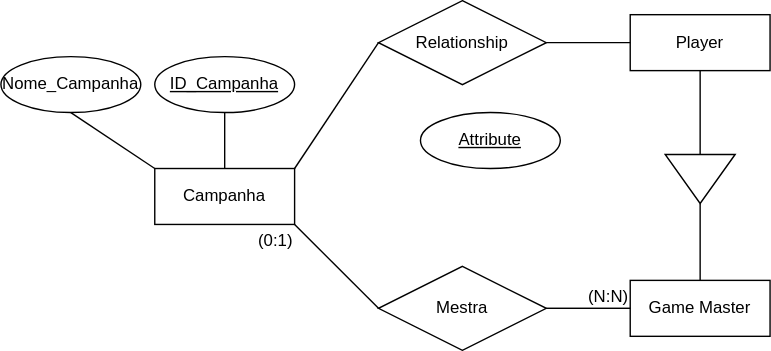
This is Diagrama sem nome.drawio.svg from VitorFonseca123/DnD-RPG, a draw.io export, as it was before one commit. Source tidied: cells renumbered, new cells last; positions are measured from the earlier drawing's top-left corner, leaving out a move shared by most shapes. Its diagram source:
```xml
<mxGraphModel>
  <root>
    <mxCell id="0" />
    <mxCell id="1" parent="0" />
    <mxCell id="2" value="Player" style="whiteSpace=wrap;html=1;align=center;" parent="1" vertex="1">
      <mxGeometry x="450" y="10" width="100" height="40" as="geometry" />
    </mxCell>
    <mxCell id="3" value="Game Master" style="whiteSpace=wrap;html=1;align=center;" parent="1" vertex="1">
      <mxGeometry x="450" y="200" width="100" height="40" as="geometry" />
    </mxCell>
    <mxCell id="4" style="verticalLabelPosition=bottom;verticalAlign=top;html=1;shape=mxgraph.basic.acute_triangle;dx=0.5;rotation=-180;" parent="1" vertex="1">
      <mxGeometry x="475" y="110" width="50" height="35" as="geometry" />
    </mxCell>
    <mxCell id="5" style="endArrow=none;html=1;rounded=0;exitX=0.5;exitY=1;exitDx=0;exitDy=0;entryX=0.5;entryY=1;entryDx=0;entryDy=0;entryPerimeter=0;" parent="1" edge="1" source="2" target="4">
      <mxGeometry relative="1" as="geometry" />
    </mxCell>
    <mxCell id="6" value="Campanha" style="whiteSpace=wrap;html=1;align=center;" parent="1" vertex="1">
      <mxGeometry x="110" y="120" width="100" height="40" as="geometry" />
    </mxCell>
    <mxCell id="7" style="endArrow=none;html=1;rounded=0;exitX=0;exitY=0;exitDx=25;exitDy=0;exitPerimeter=0;entryX=0.5;entryY=0;entryDx=0;entryDy=0;" parent="1" edge="1" source="4" target="3">
      <mxGeometry relative="1" as="geometry" />
    </mxCell>
    <mxCell id="8" value="Mestra" style="shape=rhombus;perimeter=rhombusPerimeter;whiteSpace=wrap;html=1;align=center;" parent="1" vertex="1">
      <mxGeometry x="270" y="190" width="120" height="60" as="geometry" />
    </mxCell>
    <mxCell id="9" style="endArrow=none;html=1;rounded=0;exitX=1;exitY=0.5;exitDx=0;exitDy=0;entryX=0;entryY=0.5;entryDx=0;entryDy=0;" parent="1" edge="1" source="8" target="3">
      <mxGeometry relative="1" as="geometry" />
    </mxCell>
    <mxCell id="10" style="endArrow=none;html=1;rounded=0;entryX=1;entryY=1;entryDx=0;entryDy=0;exitX=0;exitY=0.5;exitDx=0;exitDy=0;" parent="1" edge="1" source="8" target="6">
      <mxGeometry relative="1" as="geometry" />
    </mxCell>
    <mxCell id="11" style="endArrow=none;html=1;rounded=0;exitX=1;exitY=0.5;exitDx=0;exitDy=0;entryX=0;entryY=0.5;entryDx=0;entryDy=0;" parent="1" edge="1" source="8" target="3">
      <mxGeometry relative="1" as="geometry" />
    </mxCell>
    <mxCell id="12" value="(N:N)" style="html=1;whiteSpace=wrap;align=right;verticalAlign=bottom;" parent="11" vertex="1">
      <mxGeometry x="1" relative="1" as="geometry" />
    </mxCell>
    <mxCell id="13" value="(0:1)" style="html=1;whiteSpace=wrap;align=right;verticalAlign=bottom;" parent="1" vertex="1">
      <mxGeometry x="210" y="180" as="geometry" />
    </mxCell>
    <mxCell id="14" value="Relationship" style="shape=rhombus;perimeter=rhombusPerimeter;whiteSpace=wrap;html=1;align=center;" parent="1" vertex="1">
      <mxGeometry x="270" width="120" height="60" as="geometry" />
    </mxCell>
    <mxCell id="15" style="endArrow=none;html=1;rounded=0;exitX=1;exitY=0.5;exitDx=0;exitDy=0;" parent="1" edge="1" source="14" target="2">
      <mxGeometry relative="1" as="geometry" />
    </mxCell>
    <mxCell id="16" style="endArrow=none;html=1;rounded=0;exitX=0;exitY=0.5;exitDx=0;exitDy=0;entryX=1;entryY=0;entryDx=0;entryDy=0;" parent="1" edge="1" source="14" target="6">
      <mxGeometry relative="1" as="geometry" />
    </mxCell>
    <mxCell id="17" value="Nome_Campanha" style="ellipse;whiteSpace=wrap;html=1;align=center;" parent="1" vertex="1">
      <mxGeometry y="40" width="100" height="40" as="geometry" />
    </mxCell>
    <mxCell id="18" value="Attribute" style="ellipse;whiteSpace=wrap;html=1;align=center;fontStyle=4;" parent="1" vertex="1">
      <mxGeometry x="300" y="80" width="100" height="40" as="geometry" />
    </mxCell>
    <mxCell id="19" value="ID_Campanha" style="ellipse;whiteSpace=wrap;html=1;align=center;fontStyle=4;" parent="1" vertex="1">
      <mxGeometry x="110" y="40" width="100" height="40" as="geometry" />
    </mxCell>
    <mxCell id="20" style="endArrow=none;html=1;rounded=0;exitX=0.5;exitY=1;exitDx=0;exitDy=0;entryX=0.5;entryY=0;entryDx=0;entryDy=0;" parent="1" edge="1" source="19" target="6">
      <mxGeometry relative="1" as="geometry" />
    </mxCell>
    <mxCell id="21" style="endArrow=none;html=1;rounded=0;exitX=0.5;exitY=1;exitDx=0;exitDy=0;entryX=0;entryY=0;entryDx=0;entryDy=0;" parent="1" edge="1" source="17" target="6">
      <mxGeometry relative="1" as="geometry" />
    </mxCell>
  </root>
</mxGraphModel>
```
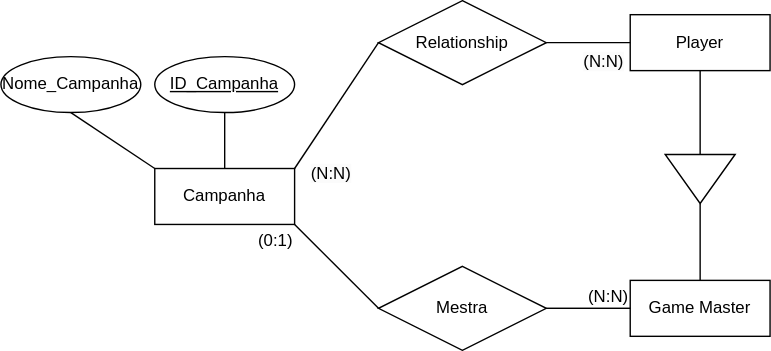
The same file after the commit.

What changed in the source:
```diff
@@ -50,9 +50,6 @@
     <mxCell id="17" value="Nome_Campanha" style="ellipse;whiteSpace=wrap;html=1;align=center;" parent="1" vertex="1">
       <mxGeometry y="40" width="100" height="40" as="geometry" />
     </mxCell>
-    <mxCell id="18" value="Attribute" style="ellipse;whiteSpace=wrap;html=1;align=center;fontStyle=4;" parent="1" vertex="1">
-      <mxGeometry x="300" y="80" width="100" height="40" as="geometry" />
-    </mxCell>
     <mxCell id="19" value="ID_Campanha" style="ellipse;whiteSpace=wrap;html=1;align=center;fontStyle=4;" parent="1" vertex="1">
       <mxGeometry x="110" y="40" width="100" height="40" as="geometry" />
     </mxCell>
@@ -62,5 +59,11 @@
     <mxCell id="21" style="endArrow=none;html=1;rounded=0;exitX=0.5;exitY=1;exitDx=0;exitDy=0;entryX=0;entryY=0;entryDx=0;entryDy=0;" parent="1" edge="1" source="17" target="6">
       <mxGeometry relative="1" as="geometry" />
     </mxCell>
+    <mxCell id="22" value="&lt;span style=&quot;color: rgb(0, 0, 0); font-family: Helvetica; font-size: 12px; font-style: normal; font-variant-ligatures: normal; font-variant-caps: normal; font-weight: 400; letter-spacing: normal; orphans: 2; text-align: right; text-indent: 0px; text-transform: none; widows: 2; word-spacing: 0px; -webkit-text-stroke-width: 0px; white-space: nowrap; background-color: rgb(251, 251, 251); text-decoration-thickness: initial; text-decoration-style: initial; text-decoration-color: initial; display: inline !important; float: none;&quot;&gt;(N:N)&lt;/span&gt;" style="text;whiteSpace=wrap;html=1;" parent="1" vertex="1">
+      <mxGeometry x="415" y="30" width="60" height="40" as="geometry" />
+    </mxCell>
+    <mxCell id="23" value="&lt;span style=&quot;color: rgb(0, 0, 0); font-family: Helvetica; font-size: 12px; font-style: normal; font-variant-ligatures: normal; font-variant-caps: normal; font-weight: 400; letter-spacing: normal; orphans: 2; text-align: right; text-indent: 0px; text-transform: none; widows: 2; word-spacing: 0px; -webkit-text-stroke-width: 0px; white-space: nowrap; background-color: rgb(251, 251, 251); text-decoration-thickness: initial; text-decoration-style: initial; text-decoration-color: initial; display: inline !important; float: none;&quot;&gt;(N:N)&lt;/span&gt;" style="text;whiteSpace=wrap;html=1;" parent="1" vertex="1">
+      <mxGeometry x="220" y="110" width="60" height="40" as="geometry" />
+    </mxCell>
   </root>
 </mxGraphModel>
```
